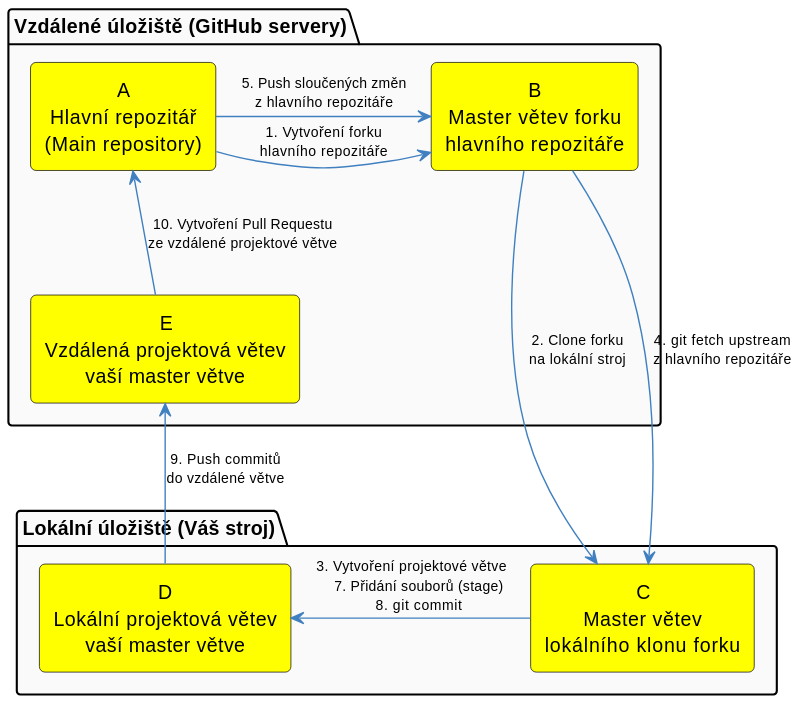
This is src/figures/github/fork-workflow.svg from rcMarty/crabeye-thesis, a PlantUML export, as it was before one commit.
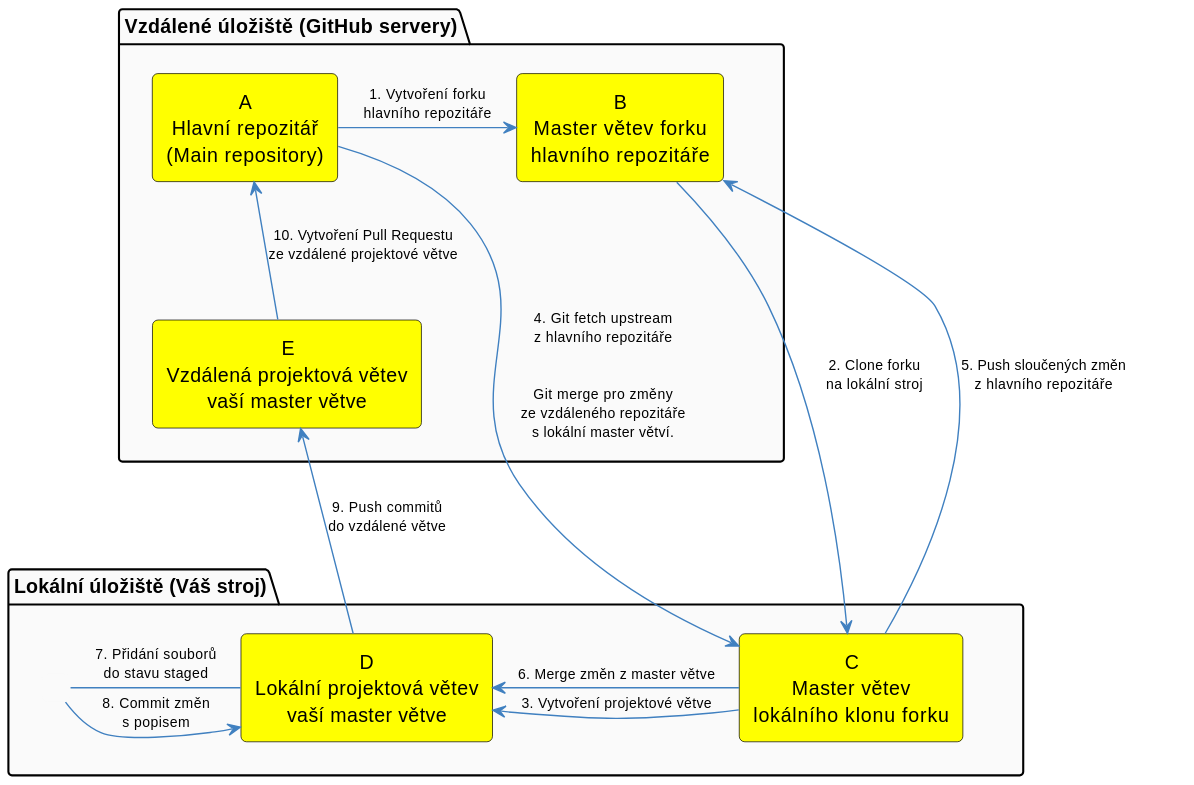
After the change.

Change to the diagram source:
```diff
@@ -15,7 +15,9 @@
 skinparam ArrowFontColor #000000
 skinparam ArrowFontSize 10
 skinparam defaultTextAlignment center
-skinparam PackagePadding 20
+skinparam PackagePadding 100
+skinparam RectanglePadding 100
+skinparam Shadowing false
 
 package "Vzdálené úložiště (GitHub servery)" as Remote {
     rectangle "A\nHlavní repozitář\n(Main repository)" as A
@@ -24,15 +26,28 @@
 }
 
 package "Lokální úložiště (Váš stroj)" as Local {
+    rectangle " " as DSpace #FAFAFA;line:FAFAFA
     rectangle "C\nMaster větev\nlokálního klonu forku" as C
     rectangle "D\nLokální projektová větev\nvaší master větve" as D
 }
 
+Remote -[hidden]down-> Local
+
+
+A -[hidden]right-> B
+A -[hidden]down-> E
+E -[hidden]down-> D
+B -[hidden]down-> C
+D -[hidden]right-> C
+
 A -right-> B : 1. Vytvoření forku\nhlavního repozitáře
 B -down-> C  : 2. Clone forku\nna lokální stroj
-C -left-> D  : 3. Vytvoření projektové větve\n    7. Přidání souborů (stage)\n    8. git commit
-B -down-> C  : 4. git fetch upstream\nz hlavního repozitáře
-A -right-> B : 5. Push sloučených změn\nz hlavního repozitáře
+C -left-> D  : 3. Vytvoření projektové větve
+A --> C  : 4. Git fetch upstream\nz hlavního repozitáře\n\n\nGit merge pro změny\nze vzdáleného repozitáře\ns lokální master větví.
+C -up-> B : 5. Push sloučených změn\nz hlavního repozitáře
+C -left-> D       : 6. Merge změn z master větve
+D -left- DSpace  : 7. Přidání souborů\ndo stavu staged
+DSpace -right-> D  : 8. Commit změn\ns popisem
 D -up-> E    : 9. Push commitů\ndo vzdálené větve
 E -up-> A    : 10. Vytvoření Pull Requestu\nze vzdálené projektové větve
 @enduml
```
